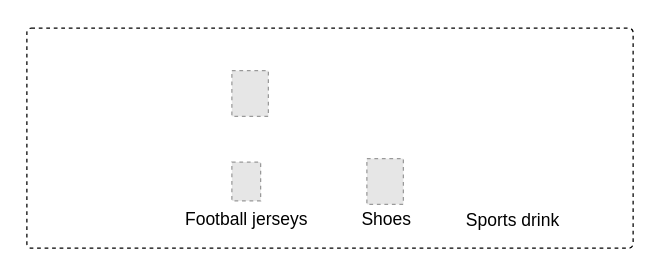
This is issue2.drawio from wenqisun/data, a draw.io file, before an edit. Source tidied: cells renumbered, new cells numbered last; positions are measured from the earlier drawing's top-left corner, leaving out a move shared by most shapes. Both pictures are drawn from the tidied source at 125%, with x=0, y=0 at pixel (26, 28). Pictures stored in the file or linked from it are replaced by grey dashed boxes.
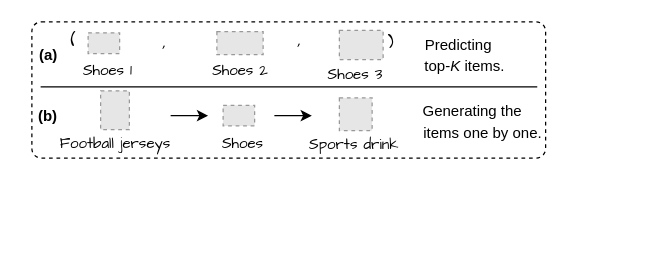
The same page after the edit.

What changed in the source:
```diff
@@
-    <mxCell id="2" style="rounded=1;whiteSpace=wrap;html=1;fontFamily=Comic Sans MS;fontSize=12;dashed=1;arcSize=2;" parent="1" vertex="1">
-      <mxGeometry width="485" height="176" as="geometry" />
+    <mxCell id="2" style="rounded=1;whiteSpace=wrap;html=1;fontFamily=Comic Sans MS;fontSize=12;dashed=1;arcSize=7;" parent="1" vertex="1">
+      <mxGeometry x="4" y="-5" width="411" height="109" as="geometry" />
     </mxCell>
-    <mxCell id="3" style="fillColor=#E6E6E6;strokeColor=#999999;dashed=1;verticalLabelPosition=bottom;verticalAlign=top;" parent="1" vertex="1">
-      <mxGeometry x="272" y="104.4" width="29.2" height="36.6" as="geometry" />
-    </mxCell>
     <mxCell id="4" style="fillColor=#E6E6E6;strokeColor=#999999;dashed=1;verticalLabelPosition=bottom;verticalAlign=top;" parent="1" vertex="1">
-      <mxGeometry x="164" y="107.1" width="23" height="31.1" as="geometry" />
+      <mxGeometry x="59" y="50.1" width="23" height="31.1" as="geometry" />
     </mxCell>
-    <mxCell id="5" style="fillColor=#E6E6E6;strokeColor=#999999;dashed=1;verticalLabelPosition=bottom;verticalAlign=top;" parent="1" vertex="1">
-      <mxGeometry x="164" y="34" width="29.2" height="36.6" as="geometry" />
-    </mxCell>
-    <mxCell id="6" value="&lt;font style=&quot;font-size: 14px;&quot;&gt;Football jerseys&lt;/font&gt;" style="text;strokeColor=none;align=center;fillColor=none;html=1;verticalAlign=middle;whiteSpace=wrap;rounded=0;" parent="1" vertex="1">
-      <mxGeometry x="110.5" y="138.2" width="130" height="30" as="geometry" />
+    <mxCell id="6" value="&lt;font face=&quot;Comic Sans MS&quot; style=&quot;font-size: 12px;&quot;&gt;Football jerseys&lt;/font&gt;" style="text;strokeColor=none;align=center;fillColor=none;html=1;verticalAlign=middle;whiteSpace=wrap;rounded=0;" parent="1" vertex="1">
+      <mxGeometry x="5.5" y="77.2" width="130" height="30" as="geometry" />
     </mxCell>
-    <mxCell id="7" value="&lt;font style=&quot;font-size: 14px;&quot;&gt;Shoes&lt;/font&gt;" style="text;strokeColor=none;align=center;fillColor=none;html=1;verticalAlign=middle;whiteSpace=wrap;rounded=0;" parent="1" vertex="1">
-      <mxGeometry x="237.5" y="138.2" width="100.4" height="30" as="geometry" />
+    <mxCell id="7" value="&lt;font face=&quot;Comic Sans MS&quot; style=&quot;font-size: 12px;&quot;&gt;Shoes&lt;/font&gt;" style="text;strokeColor=none;align=center;fillColor=none;html=1;verticalAlign=middle;whiteSpace=wrap;rounded=0;" parent="1" vertex="1">
+      <mxGeometry x="122.5" y="77.2" width="100.4" height="30" as="geometry" />
     </mxCell>
-    <mxCell id="8" value="&lt;font style=&quot;font-size: 14px;&quot;&gt;Sports drink&lt;/font&gt;" style="text;strokeColor=none;align=center;fillColor=none;html=1;verticalAlign=middle;whiteSpace=wrap;rounded=0;" parent="1" vertex="1">
-      <mxGeometry x="339" y="139" width="100.4" height="30" as="geometry" />
+    <mxCell id="8" value="&lt;font face=&quot;Comic Sans MS&quot; style=&quot;font-size: 12px;&quot;&gt;Sports drink&lt;/font&gt;" style="text;strokeColor=none;align=center;fillColor=none;html=1;verticalAlign=middle;whiteSpace=wrap;rounded=0;" parent="1" vertex="1">
+      <mxGeometry x="212" y="78" width="100.4" height="30" as="geometry" />
     </mxCell>
+    <mxCell id="9" style="fillColor=#E6E6E6;strokeColor=#999999;dashed=1;verticalLabelPosition=bottom;verticalAlign=top;fontSize=14;" parent="1" vertex="1">
+      <mxGeometry x="250" y="55.8" width="26.2" height="26.2" as="geometry" />
+    </mxCell>
+    <mxCell id="10" style="endArrow=classic;html=1;rounded=0;fontSize=14;" parent="1" edge="1">
+      <mxGeometry relative="1" as="geometry">
+        <mxPoint x="198" y="70" as="sourcePoint" />
+        <mxPoint x="228" y="70" as="targetPoint" />
+      </mxGeometry>
+    </mxCell>
+    <mxCell id="11" style="endArrow=classic;html=1;rounded=0;fontSize=14;" parent="1" edge="1">
+      <mxGeometry relative="1" as="geometry">
+        <mxPoint x="115" y="70" as="sourcePoint" />
+        <mxPoint x="145" y="70" as="targetPoint" />
+      </mxGeometry>
+    </mxCell>
+    <mxCell id="12" value="&lt;font style=&quot;font-size: 12px;&quot;&gt;Generating the&amp;nbsp; &amp;nbsp; &amp;nbsp; items one by one.&lt;/font&gt;" style="text;strokeColor=none;align=center;fillColor=none;html=1;verticalAlign=middle;whiteSpace=wrap;rounded=0;fontSize=14;" parent="1" vertex="1">
+      <mxGeometry x="310" y="61.7" width="110" height="24" as="geometry" />
+    </mxCell>
+    <mxCell id="13" value="&lt;font style=&quot;font-size: 12px;&quot;&gt;Predicting&amp;nbsp; &amp;nbsp; top-&lt;i&gt;K&lt;/i&gt; items.&lt;/font&gt;" style="text;strokeColor=none;align=center;fillColor=none;html=1;verticalAlign=middle;whiteSpace=wrap;rounded=0;fontSize=14;" parent="1" vertex="1">
+      <mxGeometry x="313" y="11" width="74.6" height="20" as="geometry" />
+    </mxCell>
+    <mxCell id="14" value="&lt;font face=&quot;Comic Sans MS&quot; style=&quot;font-size: 12px;&quot;&gt;Shoes 1&lt;/font&gt;" style="text;strokeColor=none;align=center;fillColor=none;html=1;verticalAlign=middle;whiteSpace=wrap;rounded=0;" parent="1" vertex="1">
+      <mxGeometry x="15" y="19" width="100.4" height="30" as="geometry" />
+    </mxCell>
+    <mxCell id="15" value="&lt;font face=&quot;Comic Sans MS&quot; style=&quot;font-size: 14px;&quot;&gt;,&lt;/font&gt;" style="text;strokeColor=none;align=center;fillColor=none;html=1;verticalAlign=middle;whiteSpace=wrap;rounded=0;" parent="1" vertex="1">
+      <mxGeometry x="97.1" y="-3.4" width="27.4" height="30" as="geometry" />
+    </mxCell>
+    <mxCell id="16" value="&lt;font face=&quot;Comic Sans MS&quot; style=&quot;font-size: 14px;&quot;&gt;,&lt;/font&gt;" style="text;strokeColor=none;align=center;fillColor=none;html=1;verticalAlign=middle;whiteSpace=wrap;rounded=0;" parent="1" vertex="1">
+      <mxGeometry x="205" y="-4" width="27.4" height="30" as="geometry" />
+    </mxCell>
+    <mxCell id="17" value="&lt;font face=&quot;Comic Sans MS&quot; style=&quot;font-size: 12px;&quot;&gt;Shoes 2&lt;/font&gt;" style="text;strokeColor=none;align=center;fillColor=none;html=1;verticalAlign=middle;whiteSpace=wrap;rounded=0;" parent="1" vertex="1">
+      <mxGeometry x="121.4" y="19" width="100.4" height="30" as="geometry" />
+    </mxCell>
+    <mxCell id="18" value="&lt;font face=&quot;Comic Sans MS&quot; style=&quot;font-size: 12px;&quot;&gt;Shoes 3&lt;/font&gt;" style="text;strokeColor=none;align=center;fillColor=none;html=1;verticalAlign=middle;whiteSpace=wrap;rounded=0;" parent="1" vertex="1">
+      <mxGeometry x="212.9" y="22" width="100.4" height="30" as="geometry" />
+    </mxCell>
+    <mxCell id="19" style="fillColor=#E6E6E6;strokeColor=#999999;dashed=1;verticalLabelPosition=bottom;verticalAlign=top;fontSize=14;" parent="1" vertex="1">
+      <mxGeometry x="250" y="1.8" width="35" height="23.3" as="geometry" />
+    </mxCell>
+    <mxCell id="20" style="fillColor=#E6E6E6;strokeColor=#999999;dashed=1;verticalLabelPosition=bottom;verticalAlign=top;fontSize=14;" parent="1" vertex="1">
+      <mxGeometry x="49" y="3.7" width="25.2" height="16.6" as="geometry" />
+    </mxCell>
+    <mxCell id="21" style="fillColor=#E6E6E6;strokeColor=#999999;dashed=1;verticalLabelPosition=bottom;verticalAlign=top;fontSize=14;" parent="1" vertex="1">
+      <mxGeometry x="157" y="61.7" width="25.2" height="16.6" as="geometry" />
+    </mxCell>
+    <mxCell id="22" style="fillColor=#E6E6E6;strokeColor=#999999;dashed=1;verticalLabelPosition=bottom;verticalAlign=top;fontSize=12;" parent="1" vertex="1">
+      <mxGeometry x="152" y="2.7" width="37" height="18.5" as="geometry" />
+    </mxCell>
+    <mxCell id="23" style="endArrow=none;html=1;rounded=0;fontFamily=Comic Sans MS;fontSize=12;entryX=0.902;entryY=0.889;entryDx=0;entryDy=0;entryPerimeter=0;" parent="1" edge="1">
+      <mxGeometry relative="1" as="geometry">
+        <mxPoint x="11" y="47" as="sourcePoint" />
+        <mxPoint x="408.3" y="47" as="targetPoint" />
+      </mxGeometry>
+    </mxCell>
+    <mxCell id="24" value="&lt;font face=&quot;Comic Sans MS&quot; style=&quot;font-size: 14px;&quot;&gt;(&lt;/font&gt;" style="text;strokeColor=none;align=center;fillColor=none;html=1;verticalAlign=middle;whiteSpace=wrap;rounded=0;" parent="1" vertex="1">
+      <mxGeometry x="24.1" y="-4.4" width="27.4" height="30" as="geometry" />
+    </mxCell>
+    <mxCell id="25" value="&lt;font face=&quot;Comic Sans MS&quot; style=&quot;font-size: 14px;&quot;&gt;)&lt;/font&gt;" style="text;strokeColor=none;align=center;fillColor=none;html=1;verticalAlign=middle;whiteSpace=wrap;rounded=0;" parent="1" vertex="1">
+      <mxGeometry x="278" y="-2.6" width="27.4" height="30" as="geometry" />
+    </mxCell>
+    <mxCell id="26" value="&lt;span style=&quot;font-size: 12px;&quot;&gt;&lt;b&gt;(a)&lt;/b&gt;&lt;/span&gt;" style="text;strokeColor=none;align=center;fillColor=none;html=1;verticalAlign=middle;whiteSpace=wrap;rounded=0;fontSize=14;" parent="1" vertex="1">
+      <mxGeometry x="-1" y="11" width="37" height="20" as="geometry" />
+    </mxCell>
+    <mxCell id="27" value="&lt;span style=&quot;font-size: 12px;&quot;&gt;&lt;b&gt;(b)&lt;/b&gt;&lt;/span&gt;" style="text;strokeColor=none;align=center;fillColor=none;html=1;verticalAlign=middle;whiteSpace=wrap;rounded=0;fontSize=14;" parent="1" vertex="1">
+      <mxGeometry x="-4" y="60.2" width="42" height="20" as="geometry" />
+    </mxCell>
```
